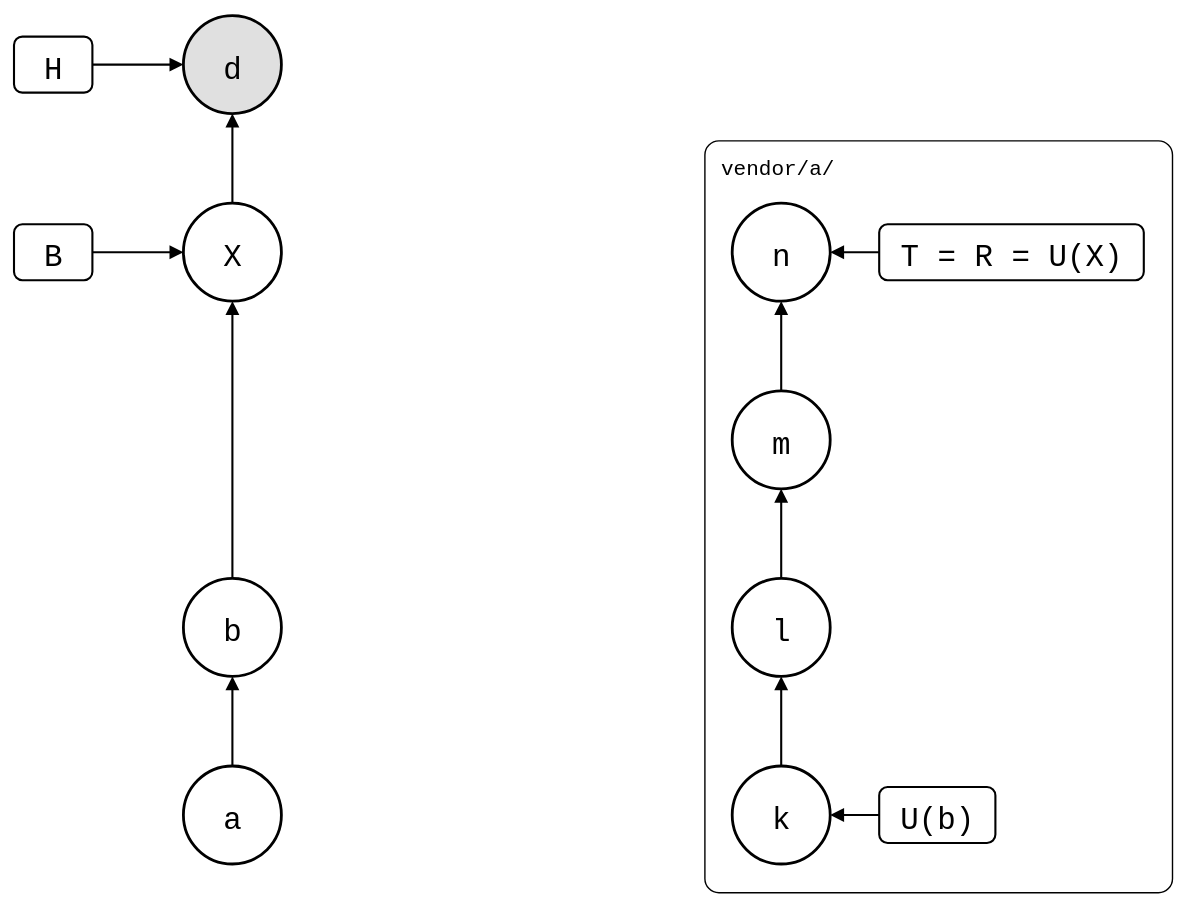
roschaefer/git-splice keeps this draw.io diagram as test/scenarios/03-branches-and-teamwork/05-bisect-into-a-pull/bisect-into-a-pull.drawio.svg. Above is the earlier version. Source tidied: cells renumbered, new cells last; positions are measured from the earlier drawing's top-left corner, leaving out a move shared by most shapes.
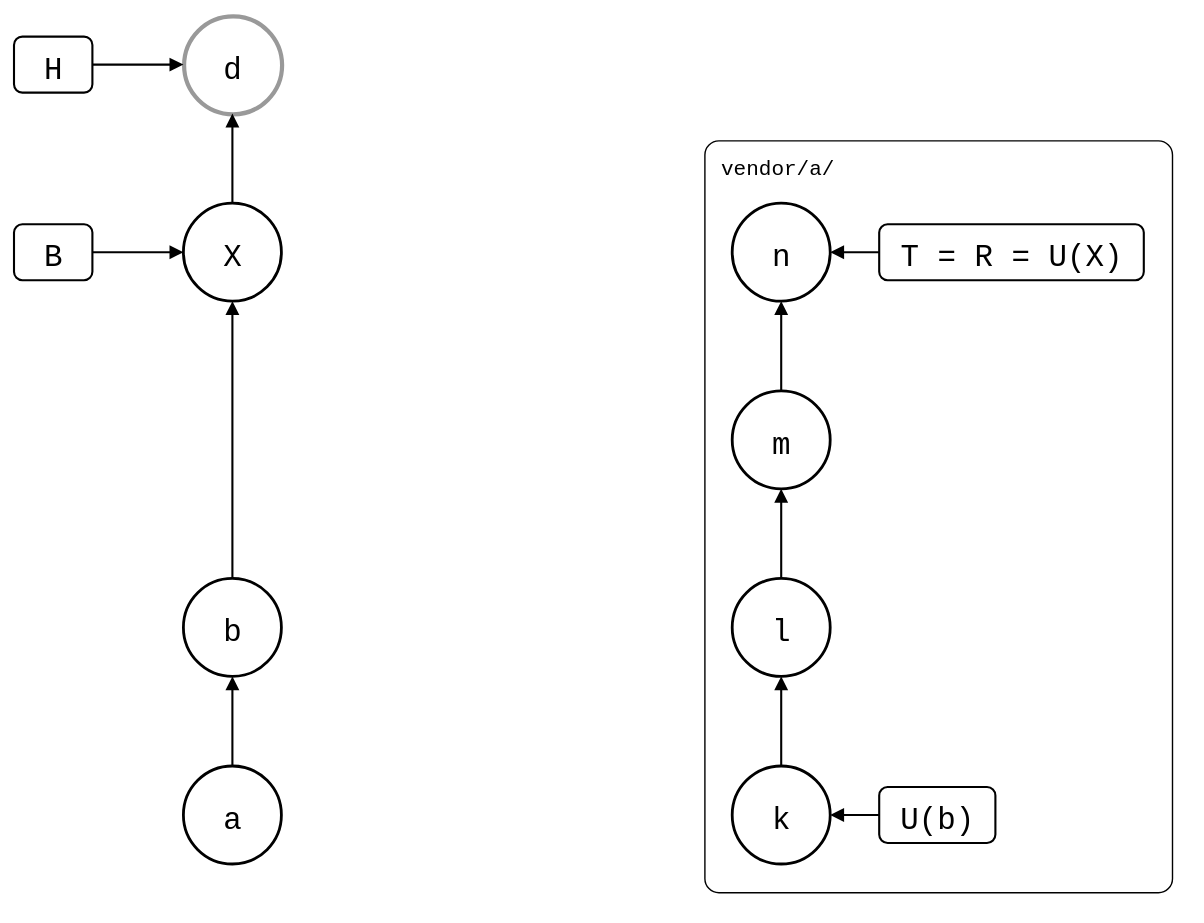
After the change.

The edit, as a diff of the source:
```diff
@@ -14,7 +14,7 @@
     <mxCell id="5" value="X" style="ellipse;strokeWidth=2;fontSize=22;fontFamily=Roboto Mono,monospace;" parent="1" vertex="1">
       <mxGeometry x="121" y="134" width="70" height="70" as="geometry" />
     </mxCell>
-    <mxCell id="6" value="d" style="ellipse;strokeWidth=2;fontSize=22;fontFamily=Roboto Mono,monospace;fillColor=#E0E0E0;" parent="1" vertex="1">
+    <mxCell id="6" value="d" style="ellipse;fontSize=22;fontFamily=Roboto Mono,monospace;strokeColor=#999999;strokeWidth=3;" parent="1" vertex="1">
       <mxGeometry x="121" width="70" height="70" as="geometry" />
     </mxCell>
     <mxCell id="7" value="k" style="ellipse;strokeWidth=2;fontSize=22;fontFamily=Roboto Mono,monospace;" parent="1" vertex="1">
```
